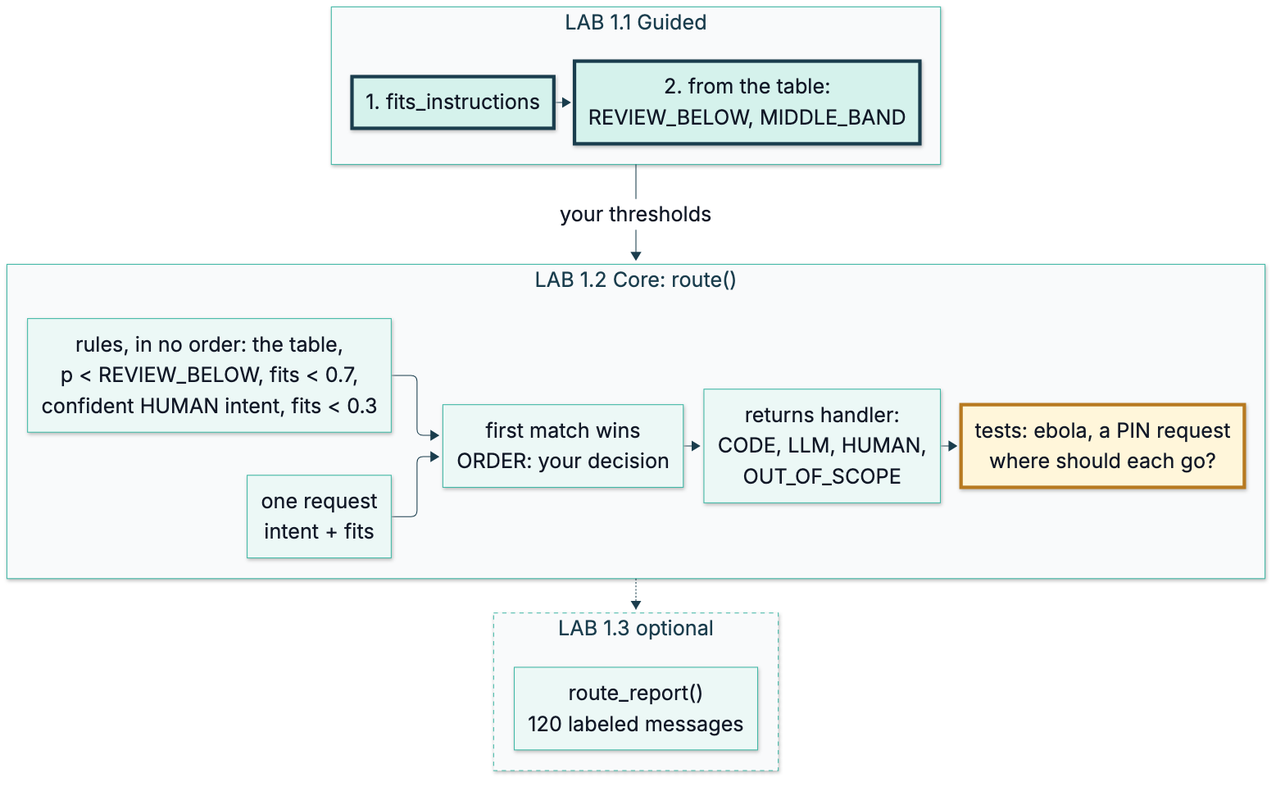
axel-sirota/getting_started_jev keeps this Mermaid diagram as course/diagrams/module_04/p1-lab-map.png. Above is the earlier version. Its source is kept beside it as course/diagrams/module_04/p1-lab-map.mmd. The source it was exported from:
```mermaid
%%{init: {"theme": "base", "themeVariables": {"fontFamily": "Inter, sans-serif", "primaryColor": "#ECF8F6", "primaryBorderColor": "#40B8A6", "primaryTextColor": "#111827", "lineColor": "#1A3D4D", "secondaryColor": "#F9FAFB", "tertiaryColor": "#FFFFFF", "clusterBkg": "#F9FAFB", "clusterBorder": "#D1D5DB", "actorBkg": "#ECF8F6", "actorBorder": "#40B8A6", "noteBkgColor": "#FFF6DA", "noteBorderColor": "#E0B84C"}}}%%
flowchart TB
  subgraph L1["LAB 1.1 Guided"]
    direction LR
    Q1["1. fits_instructions"]
    Q2["2. from the table:<br/>REVIEW_BELOW, MIDDLE_BAND"]
    Q1 --> Q2
  end
  subgraph L2["LAB 1.2 Core: route()"]
    direction LR
    J["one request<br/>intent + fits"]
    R["rules, in no order: the table,<br/>p < REVIEW_BELOW, fits < 0.7,<br/>confident HUMAN intent, fits < 0.3"]
    O["first match wins<br/>ORDER: your decision"]
    H["returns handler:<br/>CODE, LLM, HUMAN,<br/>OUT_OF_SCOPE"]
    T["tests: ebola, a PIN request<br/>where should each go?"]
    J --> O
    R --> O
    O --> H --> T
  end
  subgraph L3["LAB 1.3 optional"]
    direction LR
    REP["route_report()<br/>120 labeled messages"]
  end
  L1 -- "your thresholds" --> L2
  L2 -.-> L3
  style L3 stroke-dasharray:5 5

  classDef fail fill:#FDECEA,stroke:#B42318,stroke-width:4px
  classDef changed fill:#D5F2EC,stroke:#1A3D4D,stroke-width:4px
  classDef ok fill:#ECF8F6,stroke:#1A3D4D,stroke-width:3px
  classDef human fill:#FFF6DA,stroke:#B7791F,stroke-width:4px
  classDef jev fill:#D5F2EC,stroke:#40B8A6,stroke-width:3px
  classDef code fill:#FFFFFF,stroke:#1A3D4D,stroke-width:3px
  classDef llm fill:#EEF2FF,stroke:#4B5563,stroke-width:3px
  class Q1,Q2 changed
  class T human
```
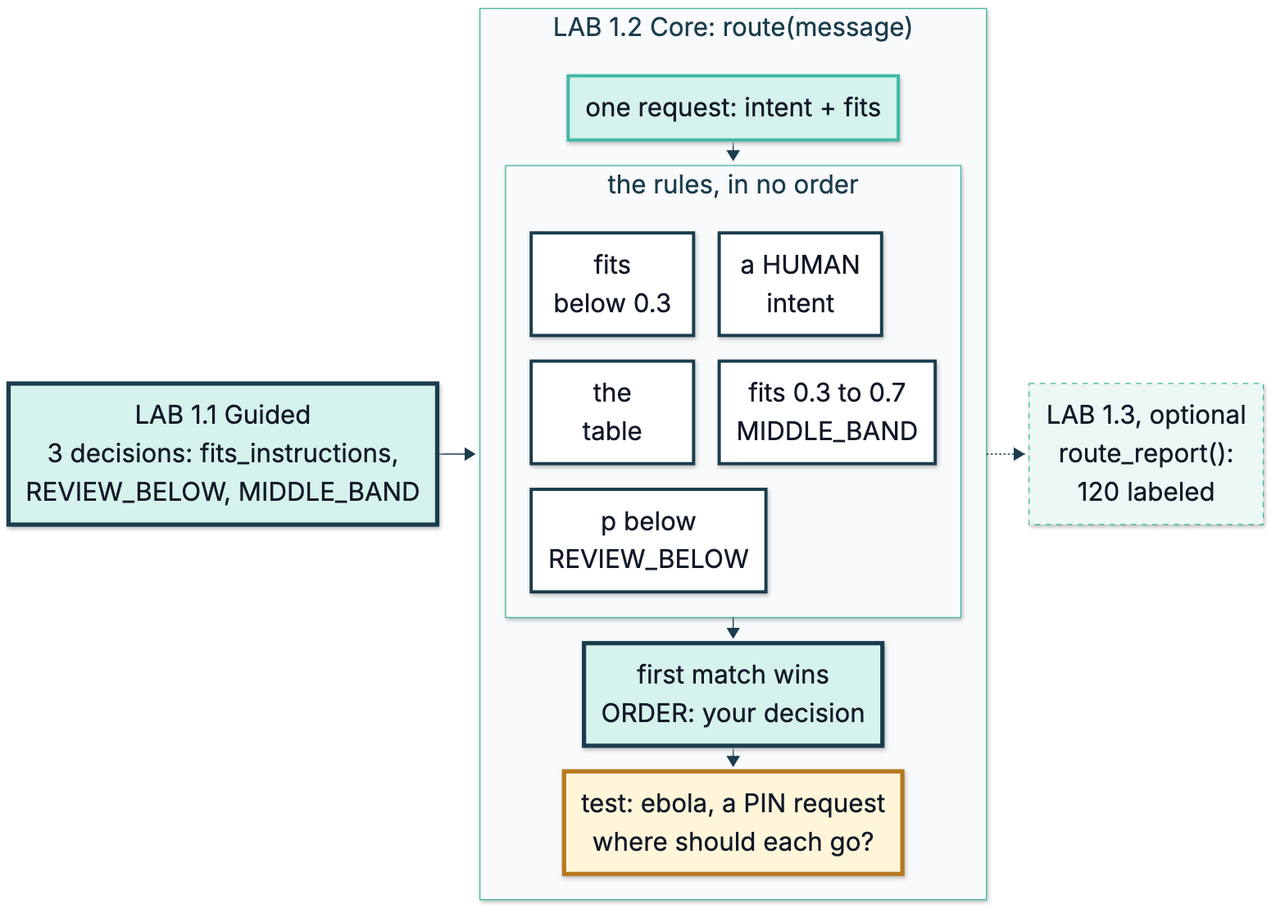
After the change.

The edit, as a diff of the source:
```diff
@@ -1,27 +1,23 @@
 %%{init: {"theme": "base", "themeVariables": {"fontFamily": "Inter, sans-serif", "primaryColor": "#ECF8F6", "primaryBorderColor": "#40B8A6", "primaryTextColor": "#111827", "lineColor": "#1A3D4D", "secondaryColor": "#F9FAFB", "tertiaryColor": "#FFFFFF", "clusterBkg": "#F9FAFB", "clusterBorder": "#D1D5DB", "actorBkg": "#ECF8F6", "actorBorder": "#40B8A6", "noteBkgColor": "#FFF6DA", "noteBorderColor": "#E0B84C"}}}%%
-flowchart TB
-  subgraph L1["LAB 1.1 Guided"]
-    direction LR
-    Q1["1. fits_instructions"]
-    Q2["2. from the table:<br/>REVIEW_BELOW, MIDDLE_BAND"]
-    Q1 --> Q2
+flowchart LR
+  L1["LAB 1.1 Guided<br/>3 decisions: fits_instructions,<br/>REVIEW_BELOW, MIDDLE_BAND"]
+  subgraph L2["LAB 1.2 Core: route(message)"]
+    direction TB
+    J["one request: intent + fits"]
+    subgraph RU["the rules, in no order"]
+      direction LR
+      R1["fits<br/>below 0.3"]
+      R2["fits 0.3 to 0.7<br/>MIDDLE_BAND"]
+      R3["p below<br/>REVIEW_BELOW"]
+      R4["a HUMAN<br/>intent"]
+      R5["the<br/>table"]
+    end
+    O["first match wins<br/>ORDER: your decision"]
+    T["test: ebola, a PIN request<br/>where should each go?"]
+    J --> RU --> O --> T
   end
-  subgraph L2["LAB 1.2 Core: route()"]
-    direction LR
-    J["one request<br/>intent + fits"]
-    R["rules, in no order: the table,<br/>p < REVIEW_BELOW, fits < 0.7,<br/>confident HUMAN intent, fits < 0.3"]
-    O["first match wins<br/>ORDER: your decision"]
-    H["returns handler:<br/>CODE, LLM, HUMAN,<br/>OUT_OF_SCOPE"]
-    T["tests: ebola, a PIN request<br/>where should each go?"]
-    J --> O
-    R --> O
-    O --> H --> T
-  end
-  subgraph L3["LAB 1.3 optional"]
-    direction LR
-    REP["route_report()<br/>120 labeled messages"]
-  end
-  L1 -- "your thresholds" --> L2
+  L3["LAB 1.3, optional<br/>route_report():<br/>120 labeled"]
+  L1 --> L2
   L2 -.-> L3
   style L3 stroke-dasharray:5 5
 
@@ -32,5 +28,7 @@
   classDef jev fill:#D5F2EC,stroke:#40B8A6,stroke-width:3px
   classDef code fill:#FFFFFF,stroke:#1A3D4D,stroke-width:3px
   classDef llm fill:#EEF2FF,stroke:#4B5563,stroke-width:3px
-  class Q1,Q2 changed
+  class L1,O changed
+  class J jev
+  class R1,R2,R3,R4,R5 code
   class T human
```
